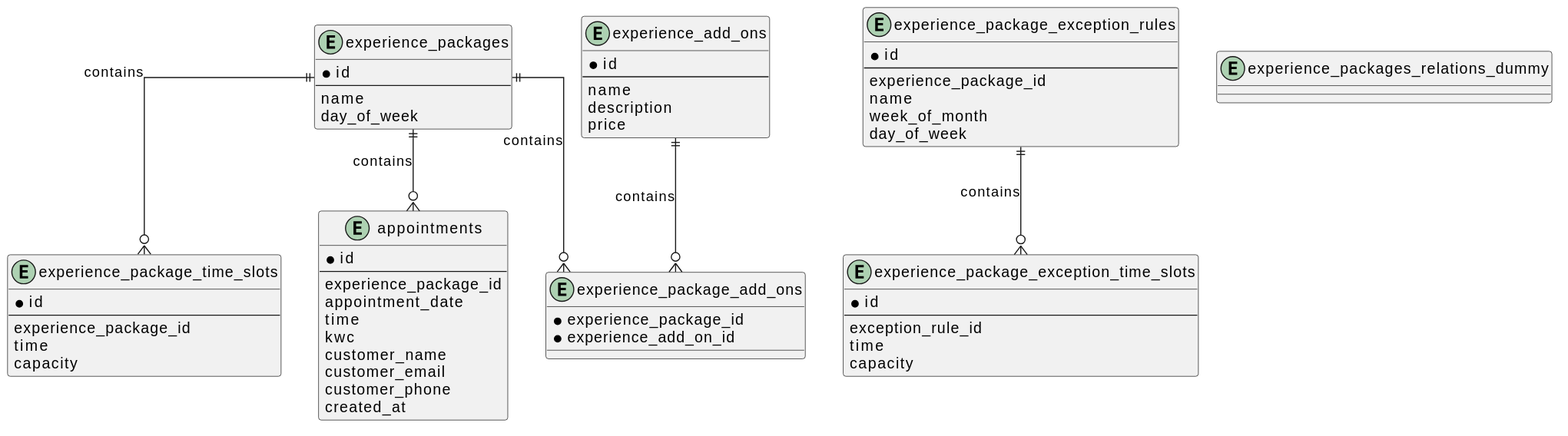
The PlantUML diagram ERD_diagram.svg in NielsPrins/SchemaGen, before a commit.
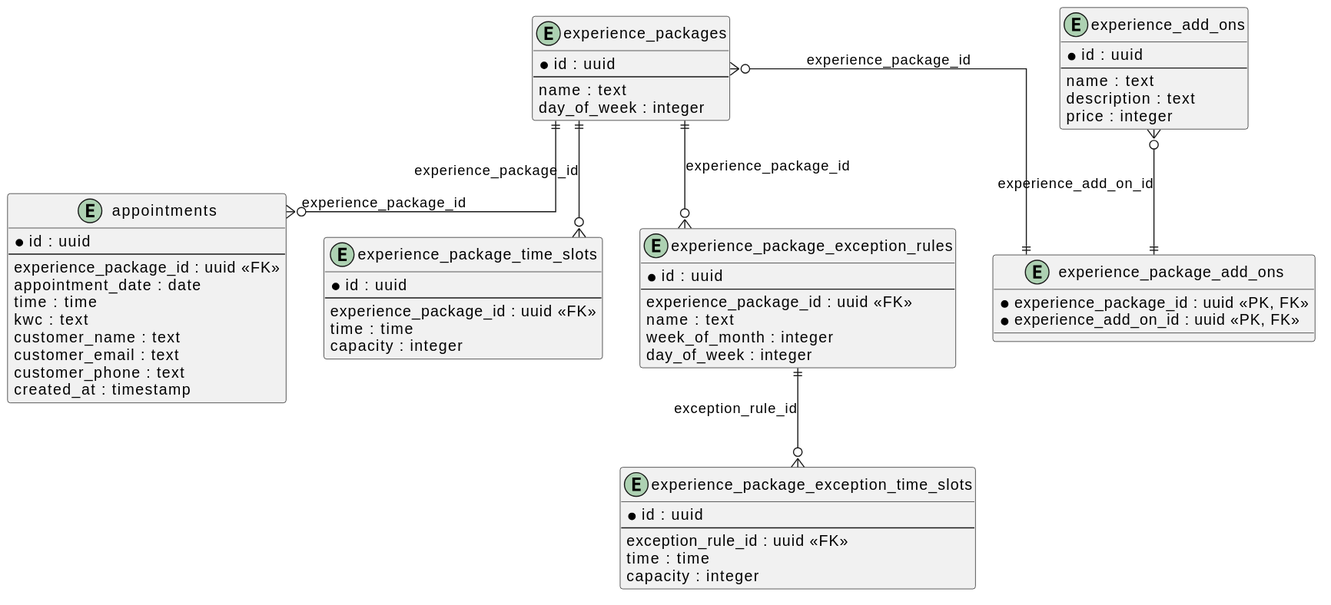
Above is the later version.

Commit message:
Remove unused `temp.ts` script, update CLI version and package metadata

The edit, as a diff of the source:
```diff
@@ -1,70 +1,70 @@
 @startuml
 skinparam linetype ortho
 
-entity experience_packages {
-  * id
+entity "experience_packages" as experience_packages {
+  *id : uuid
   --
-  name
-  day_of_week
+  name : text
+  day_of_week : integer
 }
 
-entity experience_add_ons {
-  * id
+entity "appointments" as appointments {
+  *id : uuid
   --
-  name
-  description
-  price
+  experience_package_id : uuid <<FK>>
+  appointment_date : date
+  time : time
+  kwc : text
+  customer_name : text
+  customer_email : text
+  customer_phone : text
+  created_at : timestamp
 }
 
-entity experience_package_time_slots {
-  * id
+entity "experience_add_ons" as experience_add_ons {
+  *id : uuid
   --
-  experience_package_id
-  time
-  capacity
+  name : text
+  description : text
+  price : integer
 }
 
-entity experience_package_exception_rules {
-  * id
+entity "experience_package_time_slots" as experience_package_time_slots {
+  *id : uuid
   --
-  experience_package_id
-  name
-  week_of_month
-  day_of_week
+  experience_package_id : uuid <<FK>>
+  time : time
+  capacity : integer
 }
 
-entity experience_package_exception_time_slots {
-  * id
+entity "experience_package_exception_rules" as experience_package_exception_rules {
+  *id : uuid
   --
-  exception_rule_id
-  time
-  capacity
+  experience_package_id : uuid <<FK>>
+  name : text
+  week_of_month : integer
+  day_of_week : integer
 }
 
-entity experience_package_add_ons {
-  * experience_package_id
-  * experience_add_on_id
+entity "experience_package_exception_time_slots" as experience_package_exception_time_slots {
+  *id : uuid
+  --
+  exception_rule_id : uuid <<FK>>
+  time : time
+  capacity : integer
 }
 
-entity experience_packages_relations_dummy {
+entity "experience_package_add_ons" as experience_package_add_ons {
+  *experience_package_id : uuid <<PK, FK>>
+  *experience_add_on_id : uuid <<PK, FK>>
 }
 
-entity appointments {
-  * id
-  --
-  experience_package_id
-  appointment_date
-  time
-  kwc
-  customer_name
-  customer_email
-  customer_phone
-  created_at
-}
+experience_packages ||--o{ appointments : experience_package_id
+experience_packages ||--o{ experience_package_time_slots : experience_package_id
+experience_packages ||--o{ experience_package_exception_rules : experience_package_id
 
-experience_packages ||--o{ experience_package_time_slots : contains
-experience_package_exception_rules ||--o{ experience_package_exception_time_slots : contains
-experience_packages ||--o{ experience_package_add_ons : contains
-experience_add_ons ||--o{ experience_package_add_ons : contains
-experience_packages ||--o{ appointments : contains
+experience_package_exception_rules ||--o{ experience_package_exception_time_slots : exception_rule_id
+
+experience_packages }o--|| experience_package_add_ons : experience_package_id
+experience_add_ons }o--|| experience_package_add_ons : experience_add_on_id
 @enduml
```
